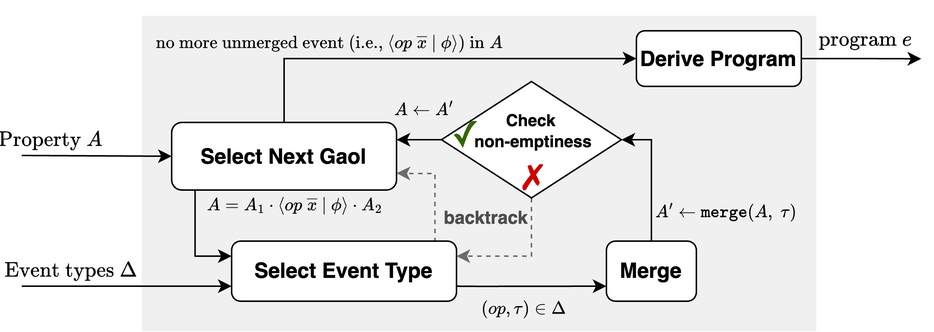
zhezhouzz/PLDI25-HAT-Planing keeps this draw.io diagram as figures/intuition-plan-syn.drawio.png. Above is the earlier version. Source tidied: cells renumbered, new cells last; positions are measured from the earlier drawing's top-left corner, leaving out a move shared by most shapes.
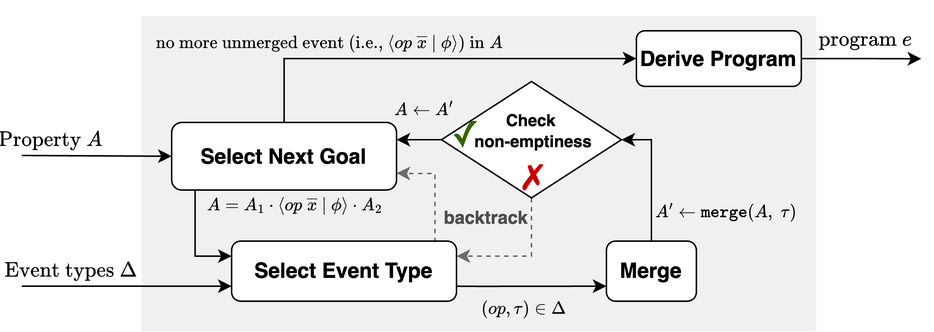
After the commit.

Diff of the diagram source:
```diff
@@ -20,7 +20,7 @@
     <mxCell id="7" style="edgeStyle=orthogonalEdgeStyle;rounded=0;jettySize=auto;html=1;exitX=0.5;exitY=0;exitDx=0;exitDy=0;entryX=0;entryY=0.5;entryDx=0;entryDy=0;" parent="1" edge="1" source="8" target="22">
       <mxGeometry relative="1" as="geometry" />
     </mxCell>
-    <mxCell id="8" value="&lt;b&gt;&lt;font style=&quot;font-size: 14px;&quot;&gt;Select Next Gaol&lt;/font&gt;&lt;/b&gt;" style="rounded=1;whiteSpace=wrap;html=1;" parent="1" vertex="1">
+    <mxCell id="8" value="&lt;b&gt;&lt;font style=&quot;font-size: 14px;&quot;&gt;Select Next Goal&lt;/font&gt;&lt;/b&gt;" style="rounded=1;whiteSpace=wrap;html=1;" parent="1" vertex="1">
       <mxGeometry x="110" y="81" width="150" height="45" as="geometry" />
     </mxCell>
     <mxCell id="9" style="edgeStyle=orthogonalEdgeStyle;rounded=0;jettySize=auto;html=1;exitX=1;exitY=0.5;exitDx=0;exitDy=0;entryX=0;entryY=0.75;entryDx=0;entryDy=0;" parent="1" edge="1" target="13">
```
